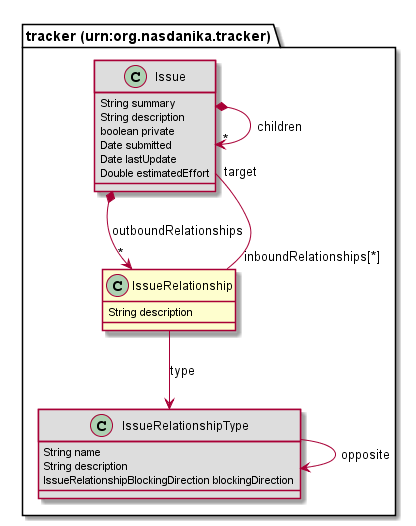
Nasdanika/tracker keeps this PlantUML diagram as org.nasdanika.tracker.repository/src/site/resources/modeldoc/75726e3a6f72672e6e617364616e696b612e747261636b6572/IssueRelationship.png. Above is the earlier version.
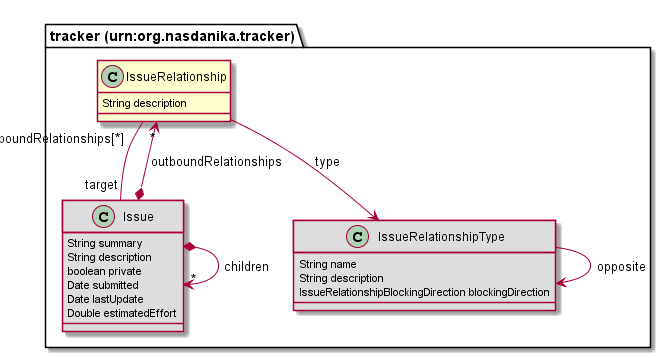
Above is the later version.

What changed in the source:
```diff
@@ -15,9 +15,9 @@
 	String description
 	IssueRelationshipBlockingDirection blockingDirection
 }
+"tracker (urn:org.nasdanika.tracker).IssueRelationship" "inboundRelationships[*]" -- "target" "tracker (urn:org.nasdanika.tracker).Issue"
+"tracker (urn:org.nasdanika.tracker).IssueRelationship" --> "tracker (urn:org.nasdanika.tracker).IssueRelationshipType" : type
 "tracker (urn:org.nasdanika.tracker).Issue" *--> "*" "tracker (urn:org.nasdanika.tracker).IssueRelationship" : outboundRelationships
-"tracker (urn:org.nasdanika.tracker).Issue" "target" -- "inboundRelationships[*]" "tracker (urn:org.nasdanika.tracker).IssueRelationship"
 "tracker (urn:org.nasdanika.tracker).Issue" *--> "*" "tracker (urn:org.nasdanika.tracker).Issue" : children
-"tracker (urn:org.nasdanika.tracker).IssueRelationship" --> "tracker (urn:org.nasdanika.tracker).IssueRelationshipType" : type
 "tracker (urn:org.nasdanika.tracker).IssueRelationshipType" --> "tracker (urn:org.nasdanika.tracker).IssueRelationshipType" : opposite
 @enduml
```
